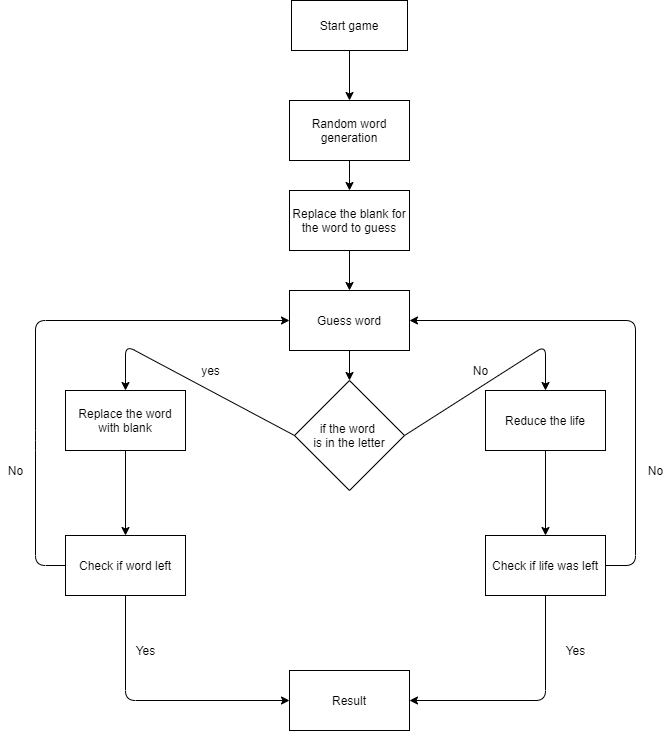
Above: hangman.png in kabilasudhannc/kabilasudhannc (draw.io), before the change. Source tidied: cells renumbered, new cells last; positions are measured from the earlier drawing's top-left corner, leaving out a move shared by most shapes.
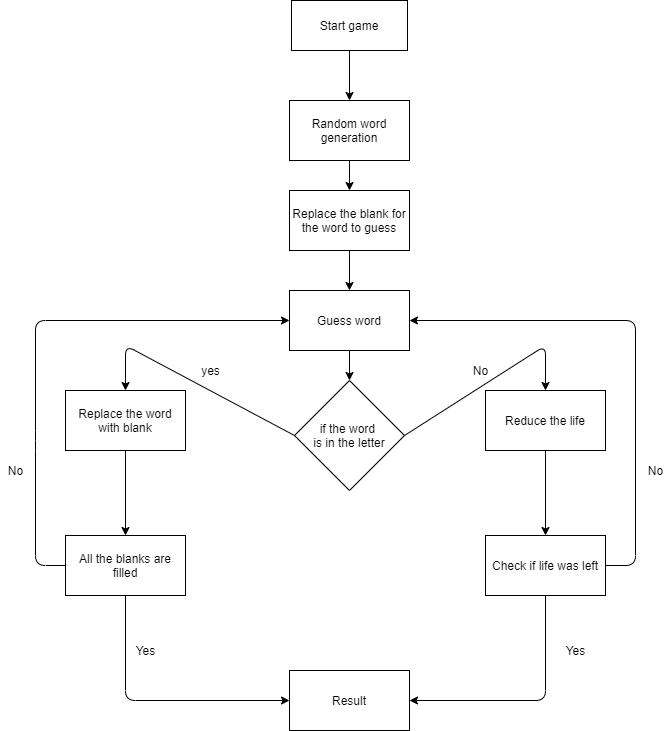
Later version of the same file.

Change to the diagram source:
```diff
@@ -85,7 +85,7 @@
     <mxCell id="23" value="Yes" style="text;html=1;align=center;verticalAlign=middle;strokeColor=none;" parent="1" vertex="1">
       <mxGeometry x="555" y="640" width="40" height="20" as="geometry" />
     </mxCell>
-    <mxCell id="24" value="Check if word left" style="rounded=0;whiteSpace=wrap;html=1;" parent="1" vertex="1">
+    <mxCell id="24" value="All the blanks are filled" style="rounded=0;whiteSpace=wrap;html=1;" parent="1" vertex="1">
       <mxGeometry x="65" y="535" width="120" height="60" as="geometry" />
     </mxCell>
     <mxCell id="25" value="Yes" style="text;html=1;align=center;verticalAlign=middle;strokeColor=none;" parent="1" vertex="1">
```
